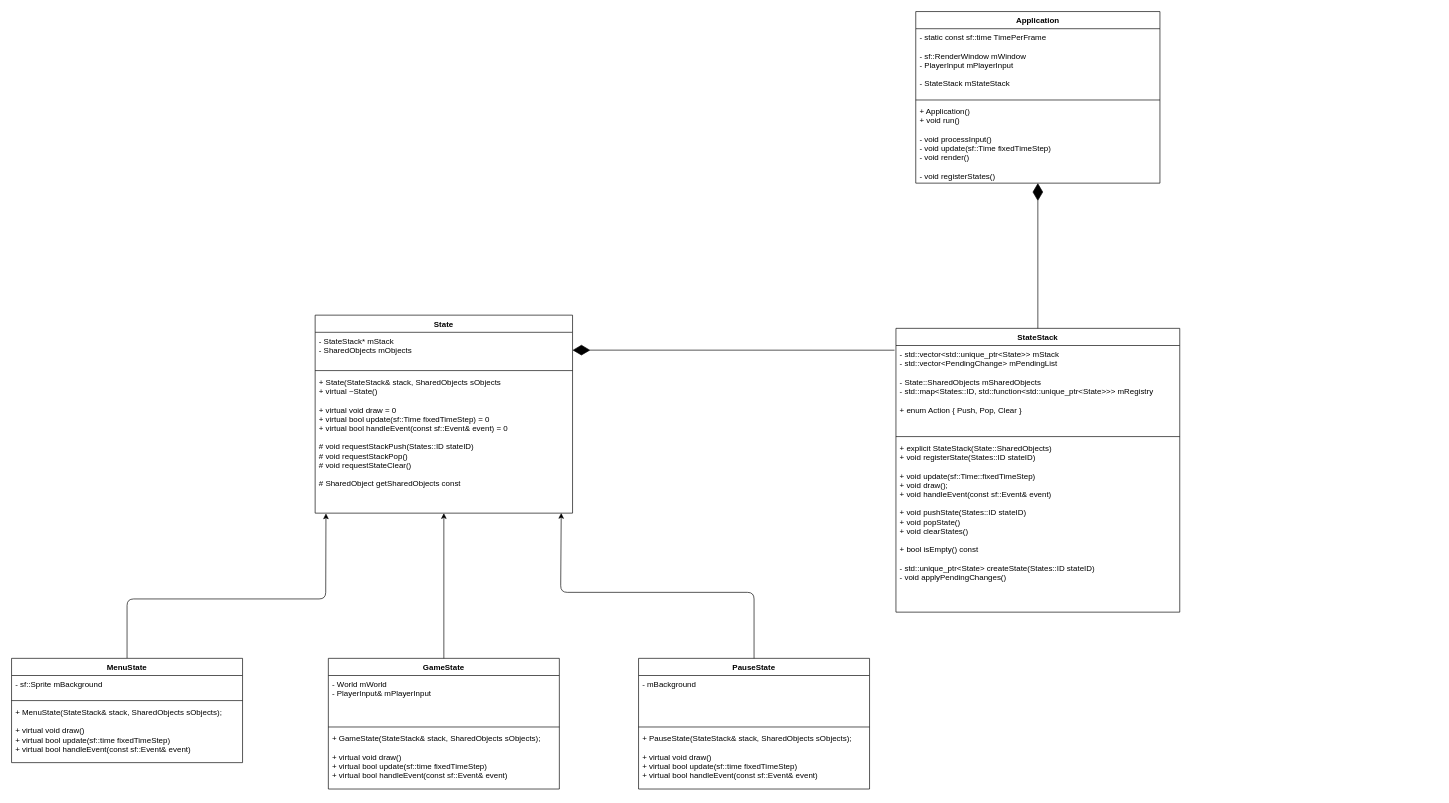
This is docs/class_diagrams/State_Architecture.dio from H-Matthews/Project-HCH, a draw.io file, before an edit. Source tidied: cells renumbered, new cells numbered last; positions are measured from the earlier drawing's top-left corner, leaving out a move shared by most shapes. Both pictures are drawn from the tidied source at 66%, with x=0, y=0 at pixel (11, 11).
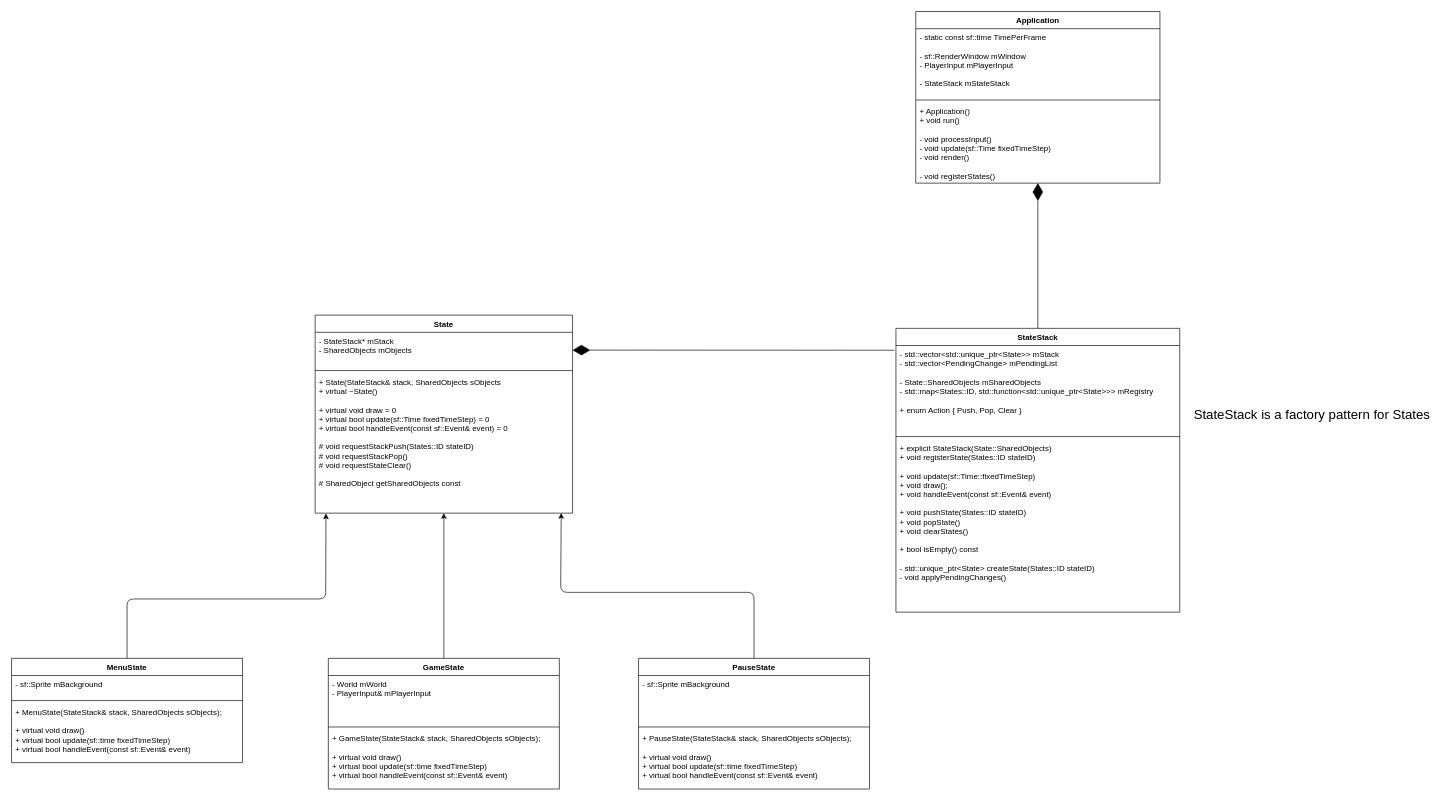
The same diagram, later.

The change refers to these unchanged cells:
```xml
<mxCell id="12" value="PauseState" style="swimlane;fontStyle=1;align=center;verticalAlign=top;horizontal=1;startSize=26;" parent="1" vertex="1">
  <mxGeometry x="950" y="980" width="350" height="198" as="geometry" />
</mxCell>
```

The edit, as a diff of the source:
```diff
@@
-    <mxCell id="13" value="- mBackground" style="text;strokeColor=none;fillColor=none;align=left;verticalAlign=top;spacingLeft=4;spacingRight=4;overflow=hidden;" parent="12" vertex="1">
+    <mxCell id="13" value="- sf::Sprite mBackground" style="text;strokeColor=none;fillColor=none;align=left;verticalAlign=top;spacingLeft=4;spacingRight=4;overflow=hidden;" parent="12" vertex="1">
       <mxGeometry y="26" width="350" height="74" as="geometry" />
     </mxCell>
@@
+    <mxCell id="31" value="StateStack is a factory pattern for States" style="text;html=1;align=center;verticalAlign=middle;strokeColor=none;fillColor=none;fontSize=20;" parent="1" vertex="1">
+      <mxGeometry x="1780" y="590" width="380" height="40" as="geometry" />
+    </mxCell>
```
